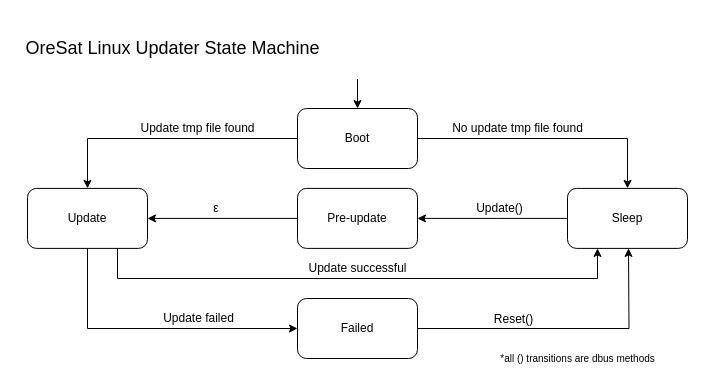
Earlier version of the draw.io diagram docs/images/UpdaterStateMachine.drawio (oresat/oresat-linux-updater). Source tidied: cells renumbered, new cells numbered last; positions are measured from the earlier drawing's top-left corner, leaving out a move shared by most shapes. Both pictures are drawn from the tidied source at 100%, with x=0, y=0 at pixel (17, 38).
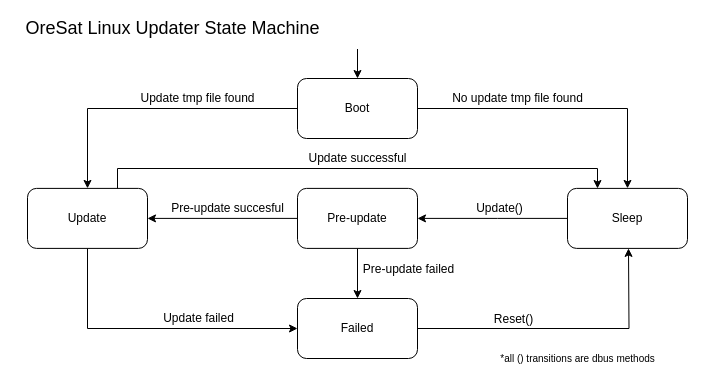
After the change.

The change refers to these unchanged cells:
```xml
<mxCell id="4" value="Sleep" style="rounded=1;whiteSpace=wrap;html=1;" parent="1" vertex="1">
  <mxGeometry x="550" y="149.9" width="120" height="60" as="geometry" />
</mxCell>
<mxCell id="7" style="edgeStyle=orthogonalEdgeStyle;rounded=0;jettySize=auto;html=1;fontSize=12;" parent="1" edge="1" source="9" target="10">
  <mxGeometry relative="1" as="geometry" />
</mxCell>
<mxCell id="9" value="Pre-update" style="rounded=1;whiteSpace=wrap;html=1;" parent="1" vertex="1">
  <mxGeometry x="280" y="149.9" width="120" height="60" as="geometry" />
</mxCell>
<mxCell id="10" value="Update" style="rounded=1;whiteSpace=wrap;html=1;" parent="1" vertex="1">
  <mxGeometry x="10" y="149.9" width="120" height="60" as="geometry" />
</mxCell>
<mxCell id="14" value="Failed" style="rounded=1;whiteSpace=wrap;html=1;" parent="1" vertex="1">
  <mxGeometry x="280" y="260" width="120" height="60" as="geometry" />
</mxCell>
```

Diff of the diagram source:
```diff
@@
-    <mxCell id="8" value="ε&amp;nbsp;" style="edgeLabel;html=1;align=center;verticalAlign=middle;fontSize=12;" parent="7" vertex="1">
+    <mxCell id="8" value="Pre-update succesful" style="edgeLabel;html=1;align=center;verticalAlign=middle;fontSize=12;" parent="7" vertex="1">
       <mxGeometry x="-0.15" y="1" relative="1" as="geometry">
-        <mxPoint x="-16.5" y="-11" as="offset" />
+        <mxPoint x="-6.5" y="-11" as="offset" />
       </mxGeometry>
     </mxCell>
+    <mxCell id="25" style="edgeStyle=orthogonalEdgeStyle;rounded=0;jettySize=auto;html=1;fontSize=12;" parent="1" edge="1" source="9" target="14">
+      <mxGeometry relative="1" as="geometry" />
+    </mxCell>
+    <mxCell id="26" value="Pre-update failed" style="edgeLabel;html=1;align=center;verticalAlign=middle;fontSize=12;" parent="25" vertex="1">
+      <mxGeometry x="0.2" y="1" relative="1" as="geometry">
+        <mxPoint x="49" y="-9.9" as="offset" />
+      </mxGeometry>
+    </mxCell>
@@
-    <mxCell id="11" style="edgeStyle=orthogonalEdgeStyle;rounded=0;jettySize=auto;html=1;entryX=0.25;entryY=1;entryDx=0;entryDy=0;exitX=0.75;exitY=1;exitDx=0;exitDy=0;" parent="1" edge="1" source="10" target="4">
+    <mxCell id="11" style="edgeStyle=orthogonalEdgeStyle;rounded=0;orthogonalLoop=1;jettySize=auto;html=1;" parent="1" edge="1">
       <mxGeometry relative="1" as="geometry">
+        <mxPoint x="100" y="150" as="sourcePoint" />
+        <mxPoint x="580" y="150" as="targetPoint" />
         <Array as="points">
-          <mxPoint x="100" y="240" />
-          <mxPoint x="580" y="240" />
+          <mxPoint x="100" y="130" />
+          <mxPoint x="580" y="130" />
         </Array>
       </mxGeometry>
     </mxCell>
@@
-    <mxCell id="15" value="&lt;font style=&quot;font-size: 18px&quot;&gt;OreSat Linux Updater State Machine&lt;/font&gt;" style="text;html=1;align=center;verticalAlign=middle;" parent="1" vertex="1">
-      <mxGeometry width="310" height="20" as="geometry" />
-    </mxCell>
@@
     <mxCell id="17" style="edgeStyle=orthogonalEdgeStyle;rounded=0;jettySize=auto;html=1;entryX=0.5;entryY=0;entryDx=0;entryDy=0;exitX=0;exitY=0.5;exitDx=0;exitDy=0;" parent="1" edge="1" source="24" target="10">
       <mxGeometry relative="1" as="geometry">
         <Array as="points">
-          <mxPoint x="70" y="100" />
+          <mxPoint x="70" y="70" />
         </Array>
       </mxGeometry>
     </mxCell>
@@
     <mxCell id="19" style="rounded=1;whiteSpace=wrap;html=1;strokeColor=#FFFFFF;" parent="1" vertex="1">
-      <mxGeometry x="280" y="20" width="120" height="20" as="geometry" />
+      <mxGeometry x="280" y="-10" width="120" height="20" as="geometry" />
     </mxCell>
     <mxCell id="20" value="No update tmp file found" style="text;html=1;align=center;verticalAlign=middle;" parent="1" vertex="1">
-      <mxGeometry x="420" y="80" width="160" height="20" as="geometry" />
+      <mxGeometry x="420" y="50" width="160" height="20" as="geometry" />
     </mxCell>
     <mxCell id="21" value="Update successful" style="text;html=1;align=center;verticalAlign=middle;" parent="1" vertex="1">
-      <mxGeometry x="280" y="220" width="120" height="20" as="geometry" />
+      <mxGeometry x="280" y="110" width="120" height="20" as="geometry" />
     </mxCell>
@@
     <mxCell id="23" value="Update tmp file found" style="text;html=1;align=center;verticalAlign=middle;" parent="1" vertex="1">
-      <mxGeometry x="110" y="80" width="140" height="20" as="geometry" />
+      <mxGeometry x="110" y="50" width="140" height="20" as="geometry" />
     </mxCell>
     <mxCell id="24" value="Boot" style="rounded=1;whiteSpace=wrap;html=1;fontSize=12;" parent="1" vertex="1">
-      <mxGeometry x="280" y="70" width="120" height="60" as="geometry" />
+      <mxGeometry x="280" y="40" width="120" height="60" as="geometry" />
     </mxCell>
+    <mxCell id="15" value="&lt;font style=&quot;font-size: 18px&quot;&gt;OreSat Linux Updater State Machine&lt;/font&gt;" style="text;html=1;align=center;verticalAlign=middle;" parent="1" vertex="1">
+      <mxGeometry y="-20" width="310" height="20" as="geometry" />
+    </mxCell>
```
